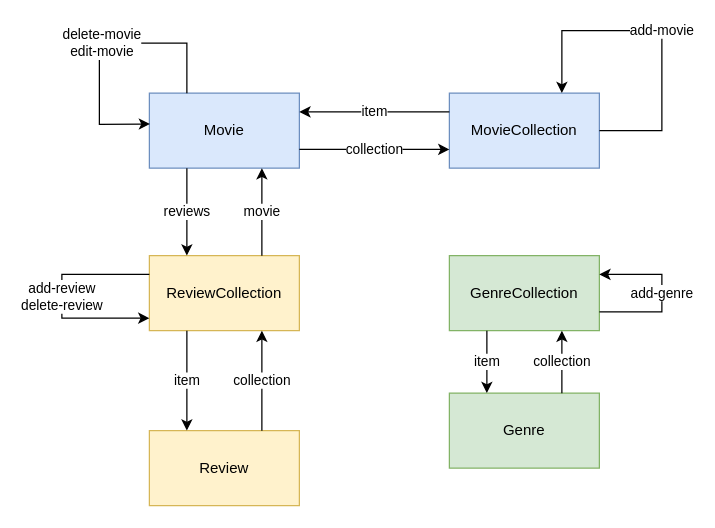
Earlier version of the draw.io diagram wiki_images/state_diagram.drawio (hennaoj/Movie-Rating-System). Source tidied: cells renumbered, new cells numbered last; positions are measured from the earlier drawing's top-left corner, leaving out a move shared by most shapes. Both pictures are drawn from the tidied source at 125%, with x=0, y=0 at pixel (61, 30).
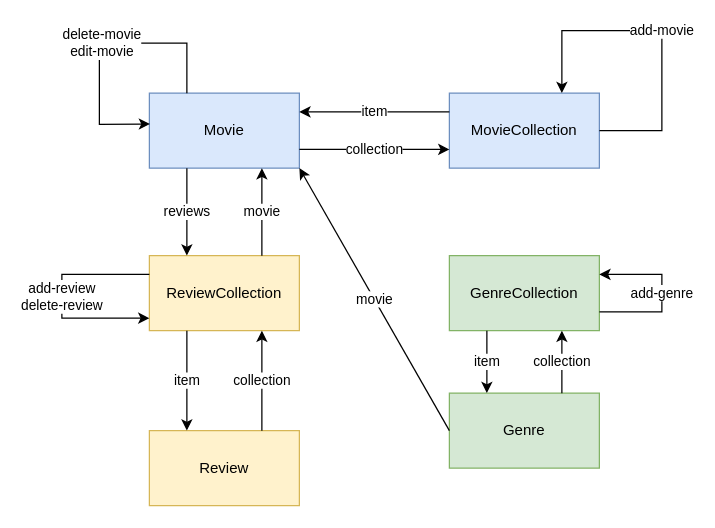
After the change.

Commit message (it also covers changes not shown here):
movie control to genre

Unchanged cells that the change refers to:
```xml
<mxCell id="3" value="Movie" style="rounded=0;whiteSpace=wrap;html=1;fillColor=#dae8fc;strokeColor=#6c8ebf;" parent="1" vertex="1">
  <mxGeometry x="70" y="50" width="120" height="60" as="geometry" />
</mxCell>
<mxCell id="16" value="Genre" style="rounded=0;whiteSpace=wrap;html=1;fillColor=#d5e8d4;strokeColor=#82b366;" parent="1" vertex="1">
  <mxGeometry x="310" y="290" width="120" height="60" as="geometry" />
</mxCell>
```

Change to the diagram source:
```diff
@@
+    <mxCell id="20" value="movie" style="endArrow=classic;html=1;rounded=0;entryX=1;entryY=1;entryDx=0;entryDy=0;exitX=0;exitY=0.5;exitDx=0;exitDy=0;" parent="1" edge="1" source="16" target="3">
+      <mxGeometry relative="1" as="geometry" />
+    </mxCell>
```
